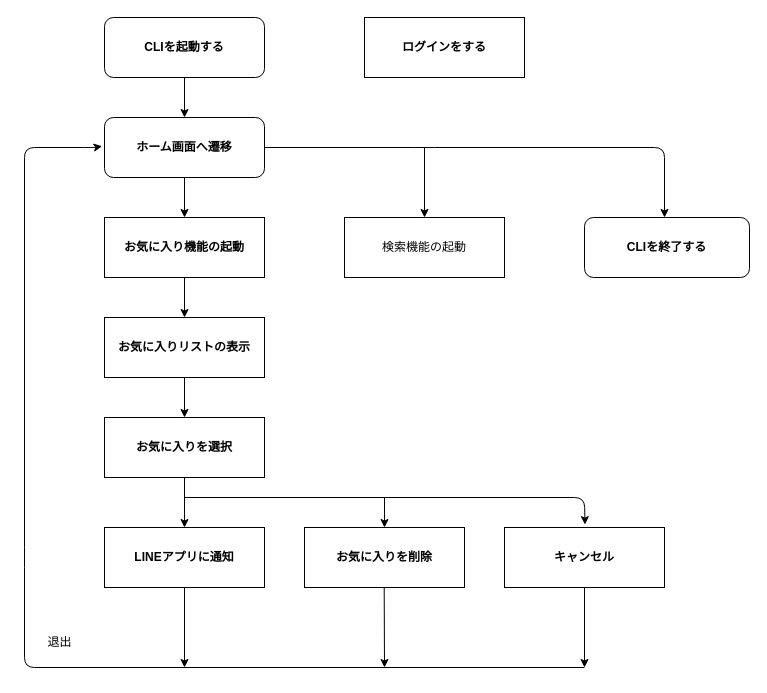
This is page "お気に入り機能" (1 of 2) of docs/flowchart/flow.drawio from taga3s/pecopeco, a draw.io file, before an edit. Source tidied: cells renumbered, new cells numbered last; positions are measured from the earlier drawing's top-left corner, leaving out a move shared by most shapes. Both pictures are drawn from the tidied source at 100%, with x=0, y=0 at pixel (24, 17).
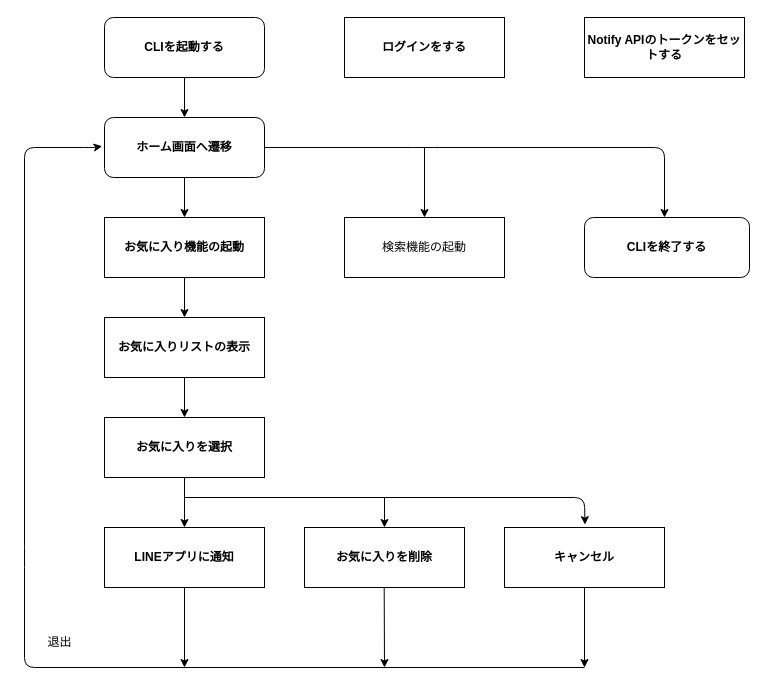
Above is the later version.

What changed in the source:
```diff
@@
     <mxCell id="4" value="&lt;b&gt;ログインをする&lt;/b&gt;" style="rounded=0;whiteSpace=wrap;html=1;" parent="1" vertex="1">
-      <mxGeometry x="340" width="160" height="60" as="geometry" />
+      <mxGeometry x="320" width="160" height="60" as="geometry" />
     </mxCell>
@@
+    <mxCell id="27" value="&lt;b&gt;Notify APIのトークンをセットする&lt;/b&gt;" style="rounded=0;whiteSpace=wrap;html=1;" parent="1" vertex="1">
+      <mxGeometry x="560" width="160" height="60" as="geometry" />
+    </mxCell>
```
